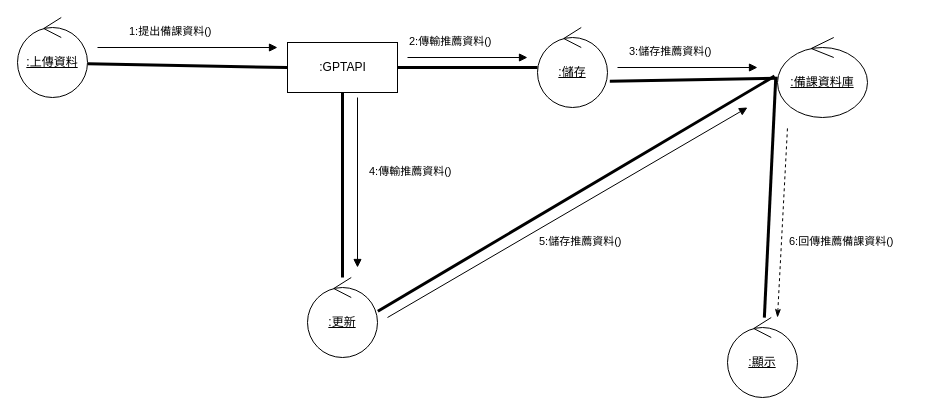
Earlier version of the draw.io diagram page "老師身分" (1 of 2) of 溝通圖(建議資料).drawio (Kevincheng0804/System-analysis). Source tidied: cells renumbered, new cells numbered last; positions are measured from the earlier drawing's top-left corner, leaving out a move shared by most shapes. Both pictures are drawn from the tidied source at 100%, with x=0, y=0 at pixel (17, 17).
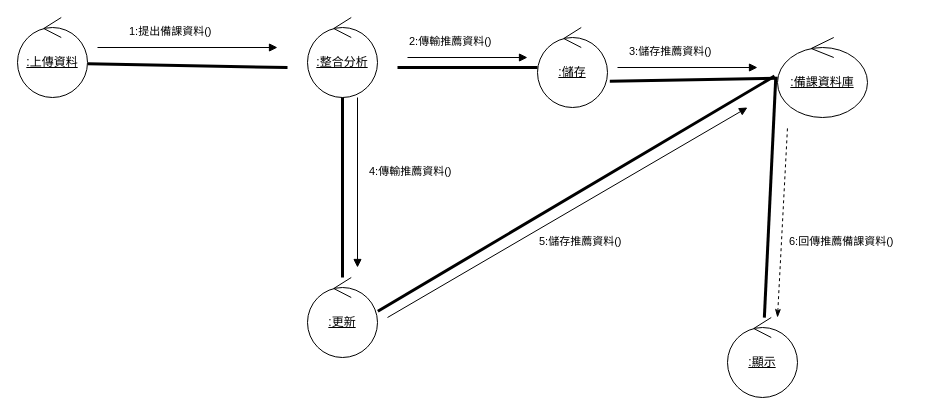
Above is the later version.

The change refers to these unchanged cells:
```xml
<mxCell id="2" value="&lt;u&gt;:上傳資料&lt;/u&gt;" style="ellipse;shape=umlControl;whiteSpace=wrap;html=1;" parent="1" vertex="1">
  <mxGeometry width="70" height="80" as="geometry" />
</mxCell>
<mxCell id="4" value="&lt;u&gt;:儲存&lt;/u&gt;" style="ellipse;shape=umlControl;whiteSpace=wrap;html=1;" parent="1" vertex="1">
  <mxGeometry x="520" y="10" width="70" height="80" as="geometry" />
</mxCell>
<mxCell id="5" value="&lt;u&gt;:更新&lt;/u&gt;" style="ellipse;shape=umlControl;whiteSpace=wrap;html=1;" parent="1" vertex="1">
  <mxGeometry x="290" y="260" width="70" height="80" as="geometry" />
</mxCell>
```

Diff of the diagram source:
```diff
@@
-    <mxCell id="7" value=":GPTAPI" style="html=1;" parent="1" vertex="1">
-      <mxGeometry x="270" y="25" width="110" height="50" as="geometry" />
-    </mxCell>
-    <mxCell id="8" style="endArrow=none;startArrow=none;endFill=0;startFill=0;endSize=8;html=1;verticalAlign=bottom;labelBackgroundColor=none;strokeWidth=3;rounded=0;exitX=1.005;exitY=0.579;exitDx=0;exitDy=0;exitPerimeter=0;entryX=0;entryY=0.5;entryDx=0;entryDy=0;" parent="1" edge="1" source="2" target="7">
-      <mxGeometry relative="1" as="geometry" />
+    <mxCell id="8" style="endArrow=none;startArrow=none;endFill=0;startFill=0;endSize=8;html=1;verticalAlign=bottom;labelBackgroundColor=none;strokeWidth=3;rounded=0;exitX=1.005;exitY=0.579;exitDx=0;exitDy=0;exitPerimeter=0;entryX=0;entryY=0.5;entryDx=0;entryDy=0;" parent="1" edge="1" source="2">
+      <mxGeometry relative="1" as="geometry">
+        <mxPoint x="270" y="50" as="targetPoint" />
+      </mxGeometry>
     </mxCell>
@@
-    <mxCell id="12" style="endArrow=none;startArrow=none;endFill=0;startFill=0;endSize=8;html=1;verticalAlign=bottom;labelBackgroundColor=none;strokeWidth=3;rounded=0;entryX=0.5;entryY=1;entryDx=0;entryDy=0;" parent="1" edge="1" source="5" target="7">
-      <mxGeometry relative="1" as="geometry" />
+    <mxCell id="12" style="endArrow=none;startArrow=none;endFill=0;startFill=0;endSize=8;html=1;verticalAlign=bottom;labelBackgroundColor=none;strokeWidth=3;rounded=0;entryX=0.5;entryY=1;entryDx=0;entryDy=0;" parent="1" edge="1" source="5">
+      <mxGeometry relative="1" as="geometry">
+        <mxPoint x="325" y="75" as="targetPoint" />
+      </mxGeometry>
     </mxCell>
@@
-    <mxCell id="14" style="endArrow=none;startArrow=none;endFill=0;startFill=0;endSize=8;html=1;verticalAlign=bottom;labelBackgroundColor=none;strokeWidth=3;rounded=0;entryX=1;entryY=0.5;entryDx=0;entryDy=0;" parent="1" edge="1" source="4" target="7">
-      <mxGeometry relative="1" as="geometry" />
+    <mxCell id="14" style="endArrow=none;startArrow=none;endFill=0;startFill=0;endSize=8;html=1;verticalAlign=bottom;labelBackgroundColor=none;strokeWidth=3;rounded=0;entryX=1;entryY=0.5;entryDx=0;entryDy=0;" parent="1" edge="1" source="4">
+      <mxGeometry relative="1" as="geometry">
+        <mxPoint x="380" y="50" as="targetPoint" />
+      </mxGeometry>
     </mxCell>
@@
+    <mxCell id="26" value="&lt;u&gt;:整合分析&lt;/u&gt;" style="ellipse;shape=umlControl;whiteSpace=wrap;html=1;" parent="1" vertex="1">
+      <mxGeometry x="290" width="70" height="80" as="geometry" />
+    </mxCell>
```
